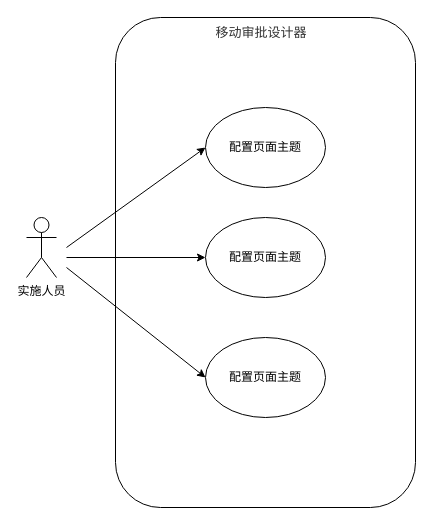
Earlier version of the draw.io diagram page "第 1 页" (1 of 2) of 未命名绘图.drawio (ing0928/FlowChart). Source tidied: cells renumbered, new cells numbered last; positions are measured from the earlier drawing's top-left corner, leaving out a move shared by most shapes. Both pictures are drawn from the tidied source at 100%, with x=0, y=0 at pixel (26, 17).
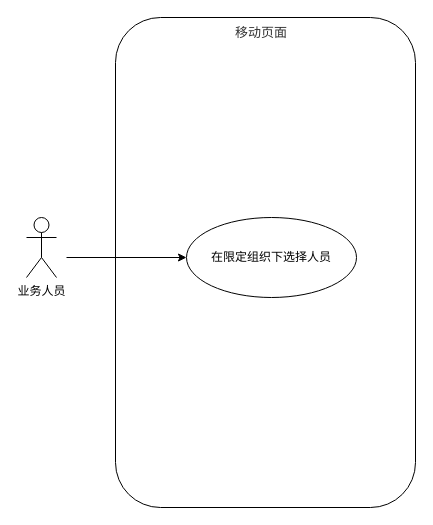
Above is the later version.

Commit message:
更新未命名绘图.drawio

Change to the diagram source:
```diff
@@
 <mxGraphModel>
   <root>
     <mxCell id="0" />
     <mxCell id="1" parent="0" />
-    <mxCell id="2" value="实施人员" style="shape=umlActor;verticalLabelPosition=bottom;verticalAlign=top;html=1;" parent="1" vertex="1">
+    <mxCell id="2" value="业务人员" style="shape=umlActor;verticalLabelPosition=bottom;verticalAlign=top;html=1;" parent="1" vertex="1">
       <mxGeometry y="200" width="30" height="60" as="geometry" />
     </mxCell>
     <mxCell id="3" style="rounded=1;whiteSpace=wrap;html=1;" parent="1" vertex="1">
       <mxGeometry x="89" width="300" height="490" as="geometry" />
     </mxCell>
-    <mxCell id="4" value="配置页面主题" style="ellipse;whiteSpace=wrap;html=1;verticalAlign=middle;horizontal=1;" parent="1" vertex="1">
-      <mxGeometry x="179" y="90" width="120" height="80" as="geometry" />
-    </mxCell>
-    <mxCell id="5" style="endArrow=classic;html=1;rounded=0;entryX=0;entryY=0.5;entryDx=0;entryDy=0;" parent="1" edge="1" target="4">
-      <mxGeometry relative="1" as="geometry">
-        <mxPoint x="40" y="230" as="sourcePoint" />
-      </mxGeometry>
-    </mxCell>
-    <mxCell id="6" value="&lt;span style=&quot;color: rgb(50, 50, 50); font-family: &amp;quot;Microsoft YaHei&amp;quot;, 微软雅黑, Arial; font-size: 13px; font-style: normal; font-variant-ligatures: normal; font-variant-caps: normal; font-weight: 400; letter-spacing: normal; orphans: 2; text-indent: 0px; text-transform: none; widows: 2; word-spacing: 0px; -webkit-text-stroke-width: 0px; white-space: normal; background-color: rgba(255, 255, 255, 0.01); text-decoration-thickness: initial; text-decoration-style: initial; text-decoration-color: initial; float: none; display: inline !important;&quot;&gt;移动审批设计器&lt;/span&gt;" style="text;whiteSpace=wrap;html=1;verticalAlign=middle;align=center;" parent="1" vertex="1">
+    <mxCell id="6" value="&lt;span style=&quot;color: rgb(50, 50, 50); font-family: &amp;quot;Microsoft YaHei&amp;quot;, 微软雅黑, Arial; font-size: 13px; font-style: normal; font-variant-ligatures: normal; font-variant-caps: normal; font-weight: 400; letter-spacing: normal; orphans: 2; text-indent: 0px; text-transform: none; widows: 2; word-spacing: 0px; -webkit-text-stroke-width: 0px; white-space: normal; background-color: rgba(255, 255, 255, 0.01); text-decoration-thickness: initial; text-decoration-style: initial; text-decoration-color: initial; float: none; display: inline !important;&quot;&gt;移动页面&lt;/span&gt;" style="text;whiteSpace=wrap;html=1;verticalAlign=middle;align=center;" parent="1" vertex="1">
       <mxGeometry x="174" width="122" height="30" as="geometry" />
     </mxCell>
-    <mxCell id="7" value="配置页面主题" style="ellipse;whiteSpace=wrap;html=1;verticalAlign=middle;horizontal=1;" parent="1" vertex="1">
-      <mxGeometry x="179" y="200" width="120" height="80" as="geometry" />
+    <mxCell id="7" value="在限定组织下选择人员" style="ellipse;whiteSpace=wrap;html=1;verticalAlign=middle;horizontal=1;" parent="1" vertex="1">
+      <mxGeometry x="160" y="200" width="170" height="80" as="geometry" />
     </mxCell>
-    <mxCell id="8" value="配置页面主题" style="ellipse;whiteSpace=wrap;html=1;verticalAlign=middle;horizontal=1;" parent="1" vertex="1">
-      <mxGeometry x="179" y="320" width="120" height="80" as="geometry" />
-    </mxCell>
     <mxCell id="9" style="endArrow=classic;html=1;rounded=0;entryX=0;entryY=0.5;entryDx=0;entryDy=0;" parent="1" edge="1" target="7">
       <mxGeometry relative="1" as="geometry">
         <mxPoint x="40" y="240" as="sourcePoint" />
       </mxGeometry>
     </mxCell>
-    <mxCell id="10" style="endArrow=classic;html=1;rounded=0;entryX=0;entryY=0.5;entryDx=0;entryDy=0;" parent="1" edge="1" target="8">
-      <mxGeometry relative="1" as="geometry">
-        <mxPoint x="40" y="250" as="sourcePoint" />
-      </mxGeometry>
-    </mxCell>
   </root>
 </mxGraphModel>
```
